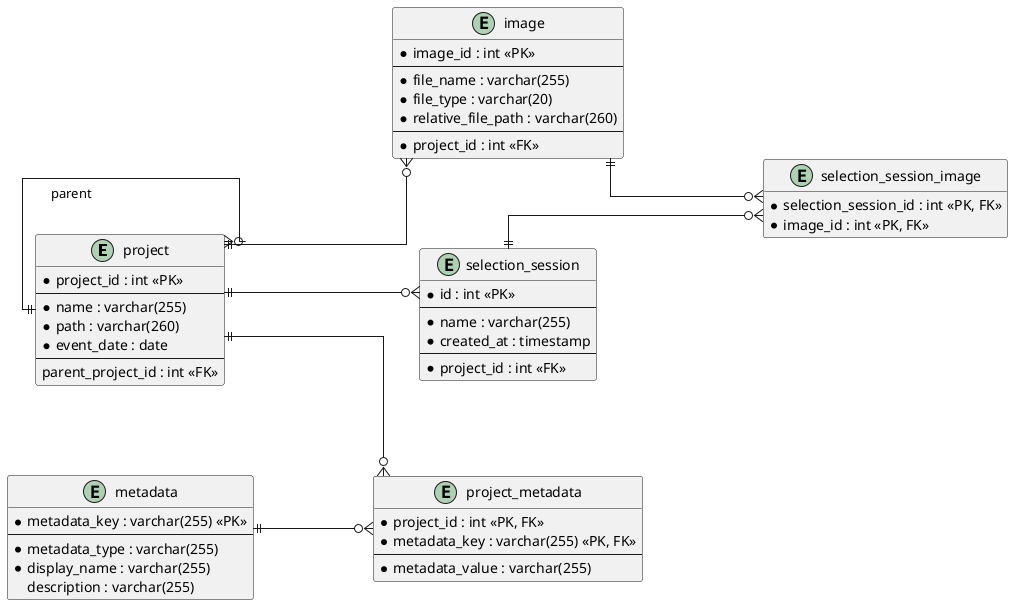
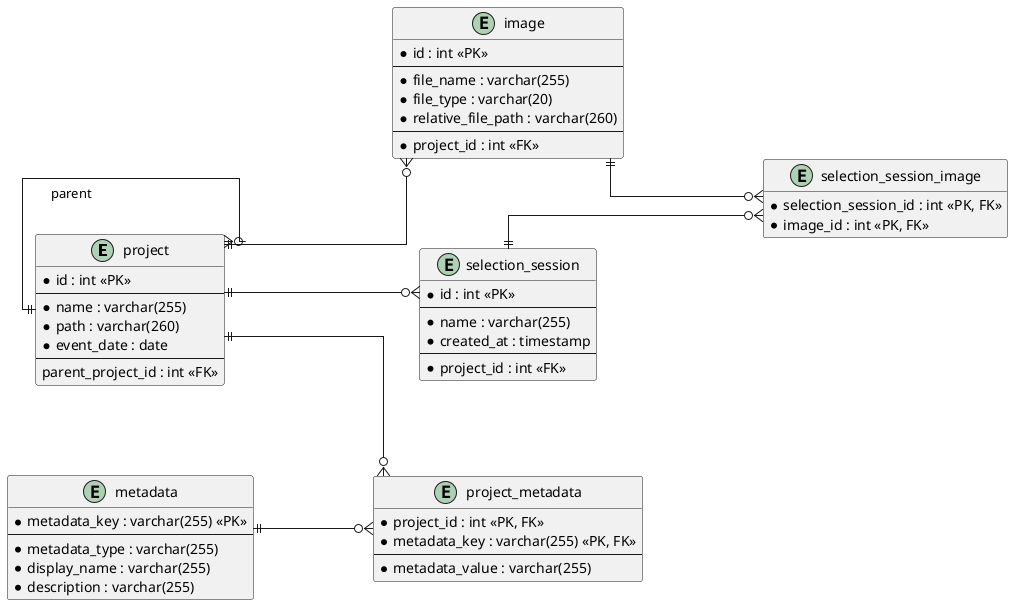
﻿@startuml
left to right direction
hide methods
hide stereotypes
skinparam linetype ortho
skinparam nodesep 90
skinparam ranksep 120

entity "project" as project {
-   * project_id : int <<PK>>
+   * id : int <<PK>>
  --
  * name : varchar(255)
  * path : varchar(260)
  * event_date : date
  --
  parent_project_id : int <<FK>>
}

entity "image" as image {
-   * image_id : int <<PK>>
+   * id : int <<PK>>
  --
  * file_name : varchar(255)
  * file_type : varchar(20)
  * relative_file_path : varchar(260)
  --
  * project_id : int <<FK>>
}

entity "metadata" as metadata {
  * metadata_key : varchar(255) <<PK>>
  --
  * metadata_type : varchar(255)
  * display_name : varchar(255)
-   description : varchar(255)
+   * description : varchar(255)
}

entity "project_metadata" as project_metadata {
  * project_id : int <<PK, FK>>
  * metadata_key : varchar(255) <<PK, FK>>
  --
  * metadata_value : varchar(255)
}

entity "selection_session" as selection_session {
  * id : int <<PK>>
  --
  * name : varchar(255)
  * created_at : timestamp
  --
  * project_id : int <<FK>>
}

entity "selection_session_image" as selection_session_image {
  * selection_session_id : int <<PK, FK>>
  * image_id : int <<PK, FK>>
}

project ||--o{ project : parent
project ||--o{ image
project ||--o{ project_metadata
project ||--o{ selection_session

metadata ||--o{ project_metadata

selection_session ||--o{ selection_session_image
image ||--o{ selection_session_image

@enduml